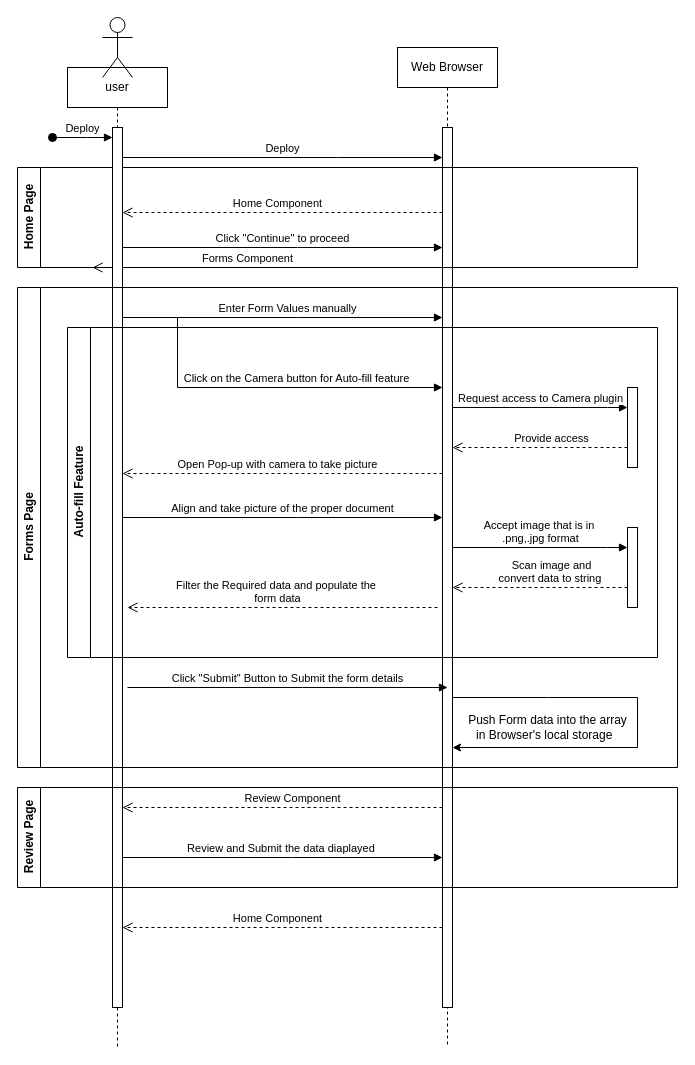
This is src/assets/img/sequence diagram.drawio from charith-B/AutofillForm, a draw.io file, before an edit. Source tidied: cells renumbered, new cells numbered last; positions are measured from the earlier drawing's top-left corner, leaving out a move shared by most shapes. Both pictures are drawn from the tidied source at 100%, with x=0, y=0 at pixel (17, 17).
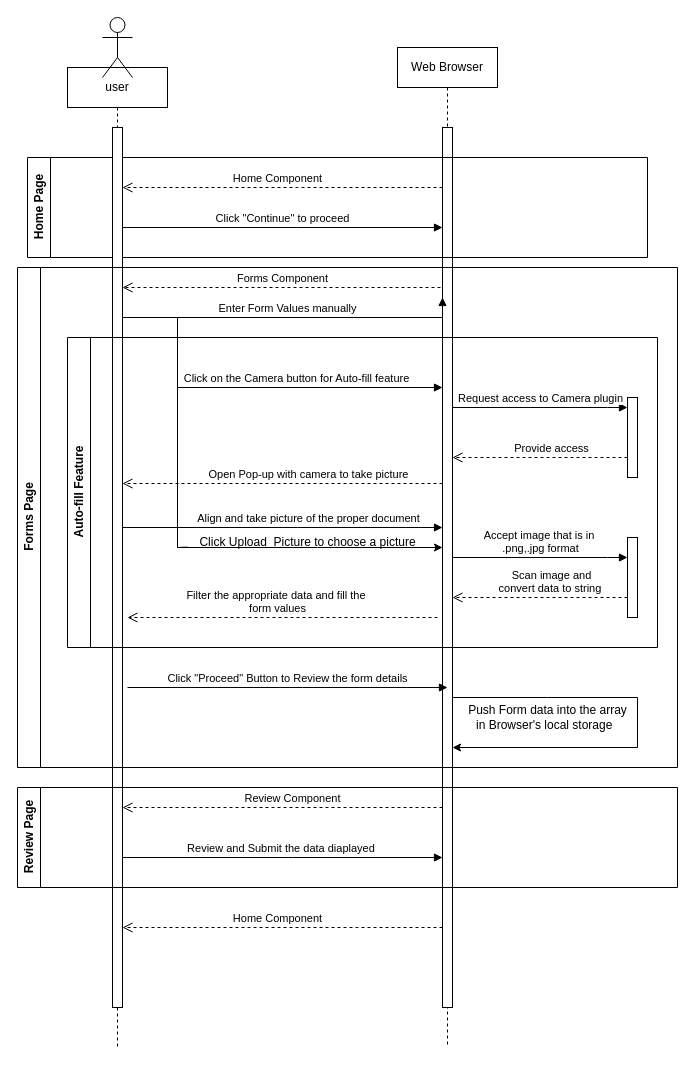
Above is the later version.

The change refers to these unchanged cells:
```xml
<mxCell id="3" style="html=1;points=[];perimeter=orthogonalPerimeter;outlineConnect=0;targetShapes=umlLifeline;portConstraint=eastwest;newEdgeStyle={&quot;edgeStyle&quot;:&quot;elbowEdgeStyle&quot;,&quot;elbow&quot;:&quot;vertical&quot;,&quot;curved&quot;:0,&quot;rounded&quot;:0};" parent="2" vertex="1">
  <mxGeometry x="45" y="80" width="10" height="880" as="geometry" />
</mxCell>
<mxCell id="9" value="user" style="shape=umlLifeline;perimeter=lifelinePerimeter;whiteSpace=wrap;html=1;newEdgeStyle={&quot;edgeStyle&quot;:&quot;elbowEdgeStyle&quot;,&quot;elbow&quot;:&quot;vertical&quot;,&quot;curved&quot;:0,&quot;rounded&quot;:0};" parent="1" vertex="1">
  <mxGeometry x="50" y="50" width="100" height="980" as="geometry" />
</mxCell>
<mxCell id="10" style="html=1;points=[];perimeter=orthogonalPerimeter;outlineConnect=0;targetShapes=umlLifeline;portConstraint=eastwest;newEdgeStyle={&quot;edgeStyle&quot;:&quot;elbowEdgeStyle&quot;,&quot;elbow&quot;:&quot;vertical&quot;,&quot;curved&quot;:0,&quot;rounded&quot;:0};" parent="9" vertex="1">
  <mxGeometry x="45" y="60" width="10" height="880" as="geometry" />
</mxCell>
```

What changed in the source:
```diff
@@
-    <mxCell id="5" value="Deploy" style="html=1;verticalAlign=bottom;endArrow=block;edgeStyle=elbowEdgeStyle;elbow=vertical;curved=0;rounded=0;" parent="1" edge="1" source="10" target="3">
-      <mxGeometry relative="1" as="geometry">
-        <Array as="points">
-          <mxPoint x="320" y="140" />
-          <mxPoint x="120" y="110" />
-        </Array>
-      </mxGeometry>
-    </mxCell>
     <mxCell id="6" value="Home Component" style="html=1;verticalAlign=bottom;endArrow=open;dashed=1;endSize=8;edgeStyle=elbowEdgeStyle;elbow=vertical;curved=0;rounded=0;" parent="1" edge="1" source="3" target="10">
       <mxGeometry x="0.03" relative="1" as="geometry">
         <Array as="points">
+          <mxPoint x="280" y="170" />
           <mxPoint x="260" y="195" />
           <mxPoint x="120" y="220" />
         </Array>
       </mxGeometry>
     </mxCell>
     <mxCell id="7" value="Home Page" style="swimlane;horizontal=0;whiteSpace=wrap;html=1;" parent="1" vertex="1">
-      <mxGeometry y="150" width="620" height="100" as="geometry" />
+      <mxGeometry x="10" y="140" width="620" height="100" as="geometry" />
     </mxCell>
-    <mxCell id="8" value="Forms Component" style="html=1;verticalAlign=bottom;endArrow=open;dashed=1;endSize=8;edgeStyle=elbowEdgeStyle;elbow=vertical;curved=0;rounded=0;" parent="7" edge="1">
-      <mxGeometry x="0.03" relative="1" as="geometry">
-        <mxPoint x="395" y="100" as="sourcePoint" />
-        <mxPoint x="75" y="100" as="targetPoint" />
-        <Array as="points">
-          <mxPoint x="230" y="100" />
-          <mxPoint x="90" y="125" />
-        </Array>
-      </mxGeometry>
-    </mxCell>
@@
-    <mxCell id="11" value="Deploy" style="html=1;verticalAlign=bottom;startArrow=oval;endArrow=block;startSize=8;edgeStyle=elbowEdgeStyle;elbow=vertical;curved=0;rounded=0;" parent="9" edge="1" target="10">
-      <mxGeometry relative="1" as="geometry">
-        <mxPoint x="-15" y="70" as="sourcePoint" />
-        <Array as="points">
-          <mxPoint x="20" y="70" />
-        </Array>
-      </mxGeometry>
-    </mxCell>
@@
     <mxCell id="13" value="Click &quot;Continue&quot; to proceed" style="html=1;verticalAlign=bottom;endArrow=block;edgeStyle=elbowEdgeStyle;elbow=vertical;curved=0;rounded=0;" parent="1" edge="1" source="10" target="3">
       <mxGeometry relative="1" as="geometry">
         <Array as="points">
-          <mxPoint x="280" y="230" />
+          <mxPoint x="280" y="210" />
           <mxPoint x="200" y="260" />
           <mxPoint x="290" y="250" />
           <mxPoint x="130" y="249.7" />
         </Array>
       </mxGeometry>
     </mxCell>
     <mxCell id="14" value="Forms Page" style="swimlane;horizontal=0;whiteSpace=wrap;html=1;" parent="1" vertex="1">
-      <mxGeometry y="270" width="660" height="480" as="geometry" />
+      <mxGeometry y="250" width="660" height="500" as="geometry" />
     </mxCell>
     <mxCell id="15" value="Enter Form Values manually" style="html=1;verticalAlign=bottom;endArrow=block;edgeStyle=elbowEdgeStyle;elbow=vertical;curved=0;rounded=0;" parent="14" edge="1">
       <mxGeometry x="0.03" relative="1" as="geometry">
         <mxPoint x="105" y="30" as="sourcePoint" />
         <mxPoint x="425" y="30" as="targetPoint" />
         <Array as="points">
-          <mxPoint x="280" y="30" />
+          <mxPoint x="280" y="50" />
           <mxPoint x="200" y="60" />
           <mxPoint x="290" y="50" />
           <mxPoint x="130" y="49.7" />
         </Array>
       </mxGeometry>
     </mxCell>
-    <mxCell id="16" value="Click on the Camera button for Auto-fill feature" style="html=1;verticalAlign=bottom;endArrow=block;edgeStyle=elbowEdgeStyle;elbow=vertical;curved=0;rounded=0;" parent="14" edge="1">
-      <mxGeometry x="0.13" relative="1" as="geometry">
-        <mxPoint x="160" y="30" as="sourcePoint" />
-        <mxPoint x="425" y="100" as="targetPoint" />
-        <Array as="points">
-          <mxPoint x="280" y="100" />
-          <mxPoint x="200" y="130" />
-          <mxPoint x="290" y="120" />
-          <mxPoint x="130" y="119.7" />
-        </Array>
-      </mxGeometry>
-    </mxCell>
     <mxCell id="17" value="Auto-fill Feature" style="swimlane;horizontal=0;whiteSpace=wrap;html=1;" parent="14" vertex="1">
-      <mxGeometry x="50" y="40" width="590" height="330" as="geometry" />
+      <mxGeometry x="50" y="70" width="590" height="310" as="geometry" />
     </mxCell>
     <mxCell id="18" value="Open Pop-up with camera to take picture" style="html=1;verticalAlign=bottom;endArrow=open;dashed=1;endSize=8;edgeStyle=elbowEdgeStyle;elbow=vertical;curved=0;rounded=0;" parent="17" edge="1">
-      <mxGeometry x="0.03" relative="1" as="geometry">
+      <mxGeometry x="-0.16" relative="1" as="geometry">
         <mxPoint x="375" y="146" as="sourcePoint" />
         <mxPoint x="55" y="146" as="targetPoint" />
         <Array as="points">
           <mxPoint x="210" y="146" />
           <mxPoint x="70" y="171" />
         </Array>
       </mxGeometry>
     </mxCell>
     <mxCell id="19" value="Align and take picture of the proper document" style="html=1;verticalAlign=bottom;endArrow=block;edgeStyle=elbowEdgeStyle;elbow=vertical;curved=0;rounded=0;" parent="17" edge="1">
-      <mxGeometry relative="1" as="geometry">
+      <mxGeometry x="0.16" relative="1" as="geometry">
         <mxPoint x="55" y="190" as="sourcePoint" />
         <mxPoint x="375" y="190" as="targetPoint" />
         <Array as="points">
           <mxPoint x="230" y="190" />
           <mxPoint x="150" y="220" />
           <mxPoint x="240" y="210" />
           <mxPoint x="80" y="209.7" />
         </Array>
       </mxGeometry>
     </mxCell>
@@
-    <mxCell id="25" value="Filter the Required data and populate the&amp;nbsp;&lt;br&gt;form data" style="html=1;verticalAlign=bottom;endArrow=open;dashed=1;endSize=8;edgeStyle=elbowEdgeStyle;elbow=vertical;curved=0;rounded=0;" parent="17" edge="1">
+    <mxCell id="25" value="Filter the appropriate data and fill the&amp;nbsp;&lt;br&gt;form values" style="html=1;verticalAlign=bottom;endArrow=open;dashed=1;endSize=8;edgeStyle=elbowEdgeStyle;elbow=vertical;curved=0;rounded=0;" parent="17" edge="1">
       <mxGeometry x="0.03" relative="1" as="geometry">
         <mxPoint x="370" y="280" as="sourcePoint" />
         <mxPoint x="60" y="280" as="targetPoint" />
         <Array as="points">
           <mxPoint x="215" y="280" />
           <mxPoint x="75" y="305" />
         </Array>
       </mxGeometry>
     </mxCell>
+    <mxCell id="16" value="Click on the Camera button for Auto-fill feature" style="html=1;verticalAlign=bottom;endArrow=block;edgeStyle=elbowEdgeStyle;elbow=vertical;curved=0;rounded=0;" parent="17" edge="1">
+      <mxGeometry x="0.13" relative="1" as="geometry">
+        <mxPoint x="110" y="-20" as="sourcePoint" />
+        <mxPoint x="375" y="50" as="targetPoint" />
+        <Array as="points">
+          <mxPoint x="230" y="50" />
+          <mxPoint x="150" y="80" />
+          <mxPoint x="240" y="70" />
+          <mxPoint x="80" y="69.7" />
+        </Array>
+      </mxGeometry>
+    </mxCell>
+    <mxCell id="27" value="Push Form data into the array&lt;br&gt;&amp;nbsp;in Browser's local storage&amp;nbsp; &amp;nbsp;" style="text;html=1;align=center;verticalAlign=middle;strokeColor=none;fillColor=none;" parent="14" vertex="1">
+      <mxGeometry x="440" y="430" width="180" height="40" as="geometry" />
+    </mxCell>
+    <mxCell id="8" value="Forms Component" style="html=1;verticalAlign=bottom;endArrow=open;dashed=1;endSize=8;edgeStyle=elbowEdgeStyle;elbow=vertical;curved=0;rounded=0;" parent="14" edge="1">
+      <mxGeometry x="0.03" relative="1" as="geometry">
+        <mxPoint x="425" y="10" as="sourcePoint" />
+        <mxPoint x="105" y="20" as="targetPoint" />
+        <Array as="points">
+          <mxPoint x="260" y="20" />
+          <mxPoint x="120" y="35" />
+        </Array>
+      </mxGeometry>
+    </mxCell>
-    <mxCell id="26" value="Click &quot;Submit&quot; Button to Submit the form details" style="html=1;verticalAlign=bottom;endArrow=block;edgeStyle=elbowEdgeStyle;elbow=vertical;curved=0;rounded=0;" parent="14" edge="1">
+    <mxCell id="26" value="Click &quot;Proceed&quot; Button to Review the form details" style="html=1;verticalAlign=bottom;endArrow=block;edgeStyle=elbowEdgeStyle;elbow=vertical;curved=0;rounded=0;" parent="14" edge="1">
       <mxGeometry relative="1" as="geometry">
-        <mxPoint x="110" y="400" as="sourcePoint" />
-        <mxPoint x="430" y="400" as="targetPoint" />
+        <mxPoint x="110" y="420" as="sourcePoint" />
+        <mxPoint x="430" y="420" as="targetPoint" />
         <Array as="points">
-          <mxPoint x="285" y="400" />
-          <mxPoint x="205" y="430" />
-          <mxPoint x="295" y="420" />
-          <mxPoint x="135" y="419.7" />
+          <mxPoint x="285" y="420" />
+          <mxPoint x="205" y="450" />
+          <mxPoint x="295" y="440" />
+          <mxPoint x="135" y="439.7" />
         </Array>
       </mxGeometry>
     </mxCell>
-    <mxCell id="27" value="Push Form data into the array&lt;br&gt;&amp;nbsp;in Browser's local storage&amp;nbsp; &amp;nbsp;" style="text;html=1;align=center;verticalAlign=middle;strokeColor=none;fillColor=none;" parent="14" vertex="1">
-      <mxGeometry x="440" y="420" width="180" height="40" as="geometry" />
-    </mxCell>
@@
+    <mxCell id="33" style="endArrow=classic;html=1;rounded=0;startArrow=none;" parent="1" edge="1" source="35" target="3">
+      <mxGeometry relative="1" as="geometry">
+        <Array as="points">
+          <mxPoint x="160" y="530" />
+          <mxPoint x="300" y="530" />
+        </Array>
+      </mxGeometry>
+    </mxCell>
+    <mxCell id="34" style="endArrow=none;html=1;rounded=0;" parent="1" edge="1">
+      <mxGeometry relative="1" as="geometry">
+        <mxPoint x="160" y="370" as="sourcePoint" />
+        <mxPoint x="160" y="530" as="targetPoint" />
+      </mxGeometry>
+    </mxCell>
+    <mxCell id="35" value="Click Upload&amp;nbsp; Picture to choose a picture" style="text;html=1;align=center;verticalAlign=middle;points=[];strokeColor=none;fillColor=none;" parent="1" vertex="1">
+      <mxGeometry x="170" y="510" width="240" height="30" as="geometry" />
+    </mxCell>
```
